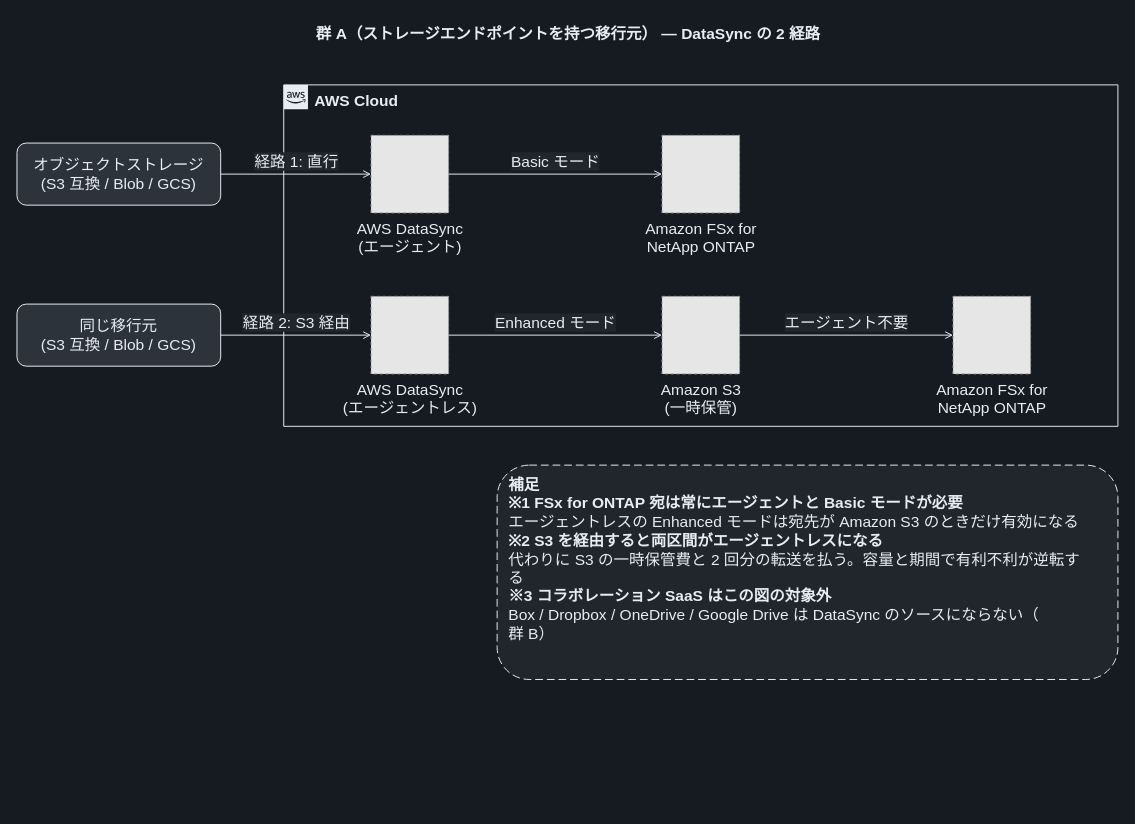
Yoshiki0705/FSx-for-ONTAP-S3AccessPoints-Serverless-Patterns keeps this draw.io diagram as docs/diagrams/dark/saas-migration-group-a-routes.drawio. Above is the earlier version. Source tidied: cells renumbered, new cells numbered last; positions are measured from the earlier drawing's top-left corner, leaving out a move shared by most shapes. Both pictures are drawn from the tidied source at 97%, with x=0, y=0 at pixel (16, 16). Pictures stored in the file or linked from it are replaced by grey dashed boxes.
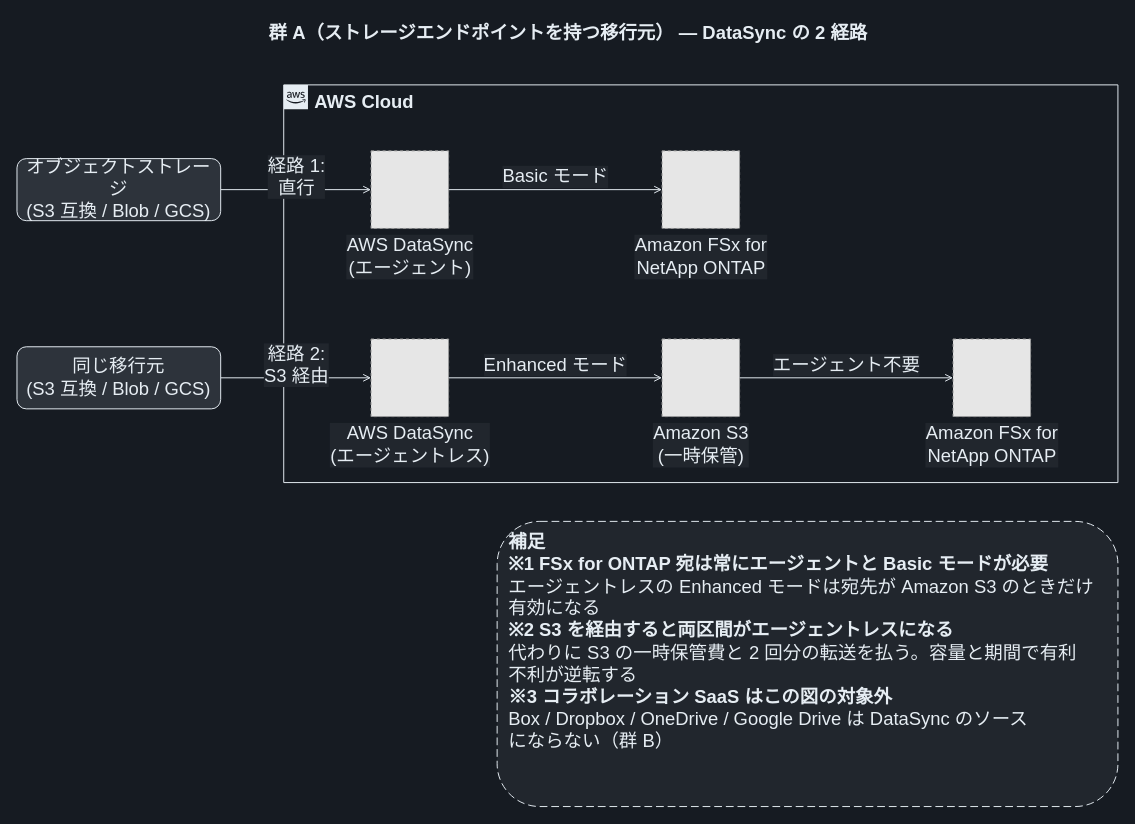
The same page after the edit.

The edit, as a diff of the source:
```diff
@@
-    <mxCell id="2" value="群 A（ストレージエンドポイントを持つ移行元） — DataSync の 2 経路" style="text;html=1;align=center;verticalAlign=middle;fontSize=16;fontStyle=1;fontColor=#E6EDF3;" parent="1" vertex="1">
+    <mxCell id="2" value="群 A（ストレージエンドポイントを持つ移行元） — DataSync の 2 経路" style="text;html=1;align=center;verticalAlign=middle;fontSize=19;fontStyle=1;fontColor=#E6EDF3;" parent="1" vertex="1">
       <mxGeometry width="1135" height="34" as="geometry" />
     </mxCell>
-    <mxCell id="3" value="AWS Cloud" style="gradientColor=none;html=1;whiteSpace=wrap;fontSize=16;fontStyle=1;shape=mxgraph.aws4.group;grIcon=mxgraph.aws4.group_aws_cloud_alt;strokeColor=#E6EDF3;fillColor=none;verticalAlign=top;align=left;spacingLeft=30;fontColor=#E6EDF3;dashed=0;" parent="1" vertex="1">
-      <mxGeometry x="275" y="70" width="860" height="352" as="geometry" />
+    <mxCell id="3" value="AWS Cloud" style="gradientColor=none;html=1;whiteSpace=wrap;fontSize=19;fontStyle=1;shape=mxgraph.aws4.group;grIcon=mxgraph.aws4.group_aws_cloud_alt;strokeColor=#E6EDF3;fillColor=none;verticalAlign=top;align=left;spacingLeft=30;fontColor=#E6EDF3;dashed=0;" parent="1" vertex="1">
+      <mxGeometry x="275" y="70" width="860" height="410" as="geometry" />
     </mxCell>
+    <mxCell id="11" value="経路 1:&lt;br&gt;直行" style="edgeStyle=orthogonalEdgeStyle;rounded=0;jettySize=auto;html=1;endArrow=open;endFill=0;strokeColor=#E6EDF3;strokeWidth=1;fontSize=19;fontColor=#E6EDF3;labelBackgroundColor=#21262D;" parent="1" edge="1" source="4" target="5">
+      <mxGeometry relative="1" as="geometry">
+        <mxPoint y="-13" as="offset" />
+      </mxGeometry>
+    </mxCell>
+    <mxCell id="12" value="Basic モード" style="edgeStyle=orthogonalEdgeStyle;rounded=0;jettySize=auto;html=1;endArrow=open;endFill=0;strokeColor=#E6EDF3;strokeWidth=1;fontSize=19;fontColor=#E6EDF3;labelBackgroundColor=#21262D;" parent="1" edge="1" source="5" target="6">
+      <mxGeometry relative="1" as="geometry">
+        <mxPoint y="-13" as="offset" />
+      </mxGeometry>
+    </mxCell>
+    <mxCell id="13" value="経路 2:&lt;br&gt;S3 経由" style="edgeStyle=orthogonalEdgeStyle;rounded=0;jettySize=auto;html=1;endArrow=open;endFill=0;strokeColor=#E6EDF3;strokeWidth=1;fontSize=19;fontColor=#E6EDF3;labelBackgroundColor=#21262D;" parent="1" edge="1" source="7" target="8">
+      <mxGeometry relative="1" as="geometry">
+        <mxPoint y="-13" as="offset" />
+      </mxGeometry>
+    </mxCell>
+    <mxCell id="14" value="Enhanced モード" style="edgeStyle=orthogonalEdgeStyle;rounded=0;jettySize=auto;html=1;endArrow=open;endFill=0;strokeColor=#E6EDF3;strokeWidth=1;fontSize=19;fontColor=#E6EDF3;labelBackgroundColor=#21262D;" parent="1" edge="1" source="8" target="9">
+      <mxGeometry relative="1" as="geometry">
+        <mxPoint y="-13" as="offset" />
+      </mxGeometry>
+    </mxCell>
+    <mxCell id="15" value="エージェント不要" style="edgeStyle=orthogonalEdgeStyle;rounded=0;jettySize=auto;html=1;endArrow=open;endFill=0;strokeColor=#E6EDF3;strokeWidth=1;fontSize=19;fontColor=#E6EDF3;labelBackgroundColor=#21262D;" parent="1" edge="1" source="9" target="10">
+      <mxGeometry relative="1" as="geometry">
+        <mxPoint y="-13" as="offset" />
+      </mxGeometry>
+    </mxCell>
-    <mxCell id="4" value="オブジェクトストレージ&lt;br&gt;(S3 互換 / Blob / GCS)" style="rounded=1;whiteSpace=wrap;html=1;dashed=0;strokeColor=#E6EDF3;fillColor=#2D333B;align=center;verticalAlign=middle;fontSize=16;fontColor=#E6EDF3;" parent="1" vertex="1">
-      <mxGeometry y="130" width="210" height="64" as="geometry" />
+    <mxCell id="4" value="オブジェクトストレージ&lt;br&gt;(S3 互換 / Blob / GCS)" style="rounded=1;whiteSpace=wrap;html=1;dashed=0;strokeColor=#E6EDF3;fillColor=#2D333B;align=center;verticalAlign=middle;fontSize=19;fontColor=#E6EDF3;" parent="1" vertex="1">
+      <mxGeometry y="146" width="210" height="64" as="geometry" />
     </mxCell>
-    <mxCell id="5" value="AWS DataSync&lt;br&gt;(エージェント)" style="fillColor=#E6E6E6;strokeColor=#999999;dashed=1;html=1;verticalLabelPosition=bottom;verticalAlign=top;labelPosition=center;align=center;fontSize=16;fontColor=#E6EDF3;" parent="1" vertex="1">
-      <mxGeometry x="365" y="122" width="80" height="80" as="geometry" />
+    <mxCell id="5" value="AWS DataSync&lt;br&gt;(エージェント)" style="fillColor=#E6E6E6;strokeColor=#999999;dashed=1;html=1;verticalLabelPosition=bottom;verticalAlign=top;labelPosition=center;align=center;fontSize=19;fontColor=#E6EDF3;labelBackgroundColor=#21262D;" parent="1" vertex="1">
+      <mxGeometry x="365" y="138" width="80" height="80" as="geometry" />
     </mxCell>
-    <mxCell id="6" value="Amazon FSx for&lt;br&gt;NetApp ONTAP" style="fillColor=#E6E6E6;strokeColor=#999999;dashed=1;html=1;verticalLabelPosition=bottom;verticalAlign=top;labelPosition=center;align=center;fontSize=16;fontColor=#E6EDF3;" parent="1" vertex="1">
-      <mxGeometry x="665" y="122" width="80" height="80" as="geometry" />
+    <mxCell id="6" value="Amazon FSx for&lt;br&gt;NetApp ONTAP" style="fillColor=#E6E6E6;strokeColor=#999999;dashed=1;html=1;verticalLabelPosition=bottom;verticalAlign=top;labelPosition=center;align=center;fontSize=19;fontColor=#E6EDF3;labelBackgroundColor=#21262D;" parent="1" vertex="1">
+      <mxGeometry x="665" y="138" width="80" height="80" as="geometry" />
     </mxCell>
-    <mxCell id="7" value="同じ移行元&lt;br&gt;(S3 互換 / Blob / GCS)" style="rounded=1;whiteSpace=wrap;html=1;dashed=0;strokeColor=#E6EDF3;fillColor=#2D333B;align=center;verticalAlign=middle;fontSize=16;fontColor=#E6EDF3;" parent="1" vertex="1">
-      <mxGeometry y="296" width="210" height="64" as="geometry" />
+    <mxCell id="7" value="同じ移行元&lt;br&gt;(S3 互換 / Blob / GCS)" style="rounded=1;whiteSpace=wrap;html=1;dashed=0;strokeColor=#E6EDF3;fillColor=#2D333B;align=center;verticalAlign=middle;fontSize=19;fontColor=#E6EDF3;" parent="1" vertex="1">
+      <mxGeometry y="340" width="210" height="64" as="geometry" />
     </mxCell>
-    <mxCell id="8" value="AWS DataSync&lt;br&gt;(エージェントレス)" style="fillColor=#E6E6E6;strokeColor=#999999;dashed=1;html=1;verticalLabelPosition=bottom;verticalAlign=top;labelPosition=center;align=center;fontSize=16;fontColor=#E6EDF3;" parent="1" vertex="1">
-      <mxGeometry x="365" y="288" width="80" height="80" as="geometry" />
+    <mxCell id="8" value="AWS DataSync&lt;br&gt;(エージェントレス)" style="fillColor=#E6E6E6;strokeColor=#999999;dashed=1;html=1;verticalLabelPosition=bottom;verticalAlign=top;labelPosition=center;align=center;fontSize=19;fontColor=#E6EDF3;labelBackgroundColor=#21262D;" parent="1" vertex="1">
+      <mxGeometry x="365" y="332" width="80" height="80" as="geometry" />
     </mxCell>
-    <mxCell id="9" value="Amazon S3&lt;br&gt;(一時保管)" style="fillColor=#E6E6E6;strokeColor=#999999;dashed=1;html=1;verticalLabelPosition=bottom;verticalAlign=top;labelPosition=center;align=center;fontSize=16;fontColor=#E6EDF3;" parent="1" vertex="1">
-      <mxGeometry x="665" y="288" width="80" height="80" as="geometry" />
+    <mxCell id="9" value="Amazon S3&lt;br&gt;(一時保管)" style="fillColor=#E6E6E6;strokeColor=#999999;dashed=1;html=1;verticalLabelPosition=bottom;verticalAlign=top;labelPosition=center;align=center;fontSize=19;fontColor=#E6EDF3;labelBackgroundColor=#21262D;" parent="1" vertex="1">
+      <mxGeometry x="665" y="332" width="80" height="80" as="geometry" />
     </mxCell>
-    <mxCell id="10" value="Amazon FSx for&lt;br&gt;NetApp ONTAP" style="fillColor=#E6E6E6;strokeColor=#999999;dashed=1;html=1;verticalLabelPosition=bottom;verticalAlign=top;labelPosition=center;align=center;fontSize=16;fontColor=#E6EDF3;" parent="1" vertex="1">
-      <mxGeometry x="965" y="288" width="80" height="80" as="geometry" />
+    <mxCell id="10" value="Amazon FSx for&lt;br&gt;NetApp ONTAP" style="fillColor=#E6E6E6;strokeColor=#999999;dashed=1;html=1;verticalLabelPosition=bottom;verticalAlign=top;labelPosition=center;align=center;fontSize=19;fontColor=#E6EDF3;labelBackgroundColor=#21262D;" parent="1" vertex="1">
+      <mxGeometry x="965" y="332" width="80" height="80" as="geometry" />
     </mxCell>
-    <mxCell id="11" value="経路 1: 直行" style="edgeStyle=orthogonalEdgeStyle;rounded=0;jettySize=auto;html=1;endArrow=open;endFill=0;strokeColor=#E6EDF3;strokeWidth=1;fontSize=16;fontColor=#E6EDF3;labelBackgroundColor=#21262D;" parent="1" edge="1" source="4" target="5">
-      <mxGeometry relative="1" as="geometry">
-        <mxPoint y="-13" as="offset" />
-      </mxGeometry>
-    </mxCell>
-    <mxCell id="12" value="Basic モード" style="edgeStyle=orthogonalEdgeStyle;rounded=0;jettySize=auto;html=1;endArrow=open;endFill=0;strokeColor=#E6EDF3;strokeWidth=1;fontSize=16;fontColor=#E6EDF3;labelBackgroundColor=#21262D;" parent="1" edge="1" source="5" target="6">
-      <mxGeometry relative="1" as="geometry">
-        <mxPoint y="-13" as="offset" />
-      </mxGeometry>
-    </mxCell>
-    <mxCell id="13" value="経路 2: S3 経由" style="edgeStyle=orthogonalEdgeStyle;rounded=0;jettySize=auto;html=1;endArrow=open;endFill=0;strokeColor=#E6EDF3;strokeWidth=1;fontSize=16;fontColor=#E6EDF3;labelBackgroundColor=#21262D;" parent="1" edge="1" source="7" target="8">
-      <mxGeometry relative="1" as="geometry">
-        <mxPoint y="-13" as="offset" />
-      </mxGeometry>
-    </mxCell>
-    <mxCell id="14" value="Enhanced モード" style="edgeStyle=orthogonalEdgeStyle;rounded=0;jettySize=auto;html=1;endArrow=open;endFill=0;strokeColor=#E6EDF3;strokeWidth=1;fontSize=16;fontColor=#E6EDF3;labelBackgroundColor=#21262D;" parent="1" edge="1" source="8" target="9">
-      <mxGeometry relative="1" as="geometry">
-        <mxPoint y="-13" as="offset" />
-      </mxGeometry>
-    </mxCell>
-    <mxCell id="15" value="エージェント不要" style="edgeStyle=orthogonalEdgeStyle;rounded=0;jettySize=auto;html=1;endArrow=open;endFill=0;strokeColor=#E6EDF3;strokeWidth=1;fontSize=16;fontColor=#E6EDF3;labelBackgroundColor=#21262D;" parent="1" edge="1" source="9" target="10">
-      <mxGeometry relative="1" as="geometry">
-        <mxPoint y="-13" as="offset" />
-      </mxGeometry>
-    </mxCell>
-    <mxCell id="16" value="&lt;b&gt;補足&lt;/b&gt;&lt;br&gt;&lt;b&gt;※1 FSx for ONTAP 宛は常にエージェントと Basic モードが必要&lt;/b&gt;&lt;br&gt;エージェントレスの Enhanced モードは宛先が Amazon S3 のときだけ有効になる&lt;br&gt;&lt;b&gt;※2 S3 を経由すると両区間がエージェントレスになる&lt;/b&gt;&lt;br&gt;代わりに S3 の一時保管費と 2 回分の転送を払う。容量と期間で有利不利が逆転す&lt;br&gt;る&lt;br&gt;&lt;b&gt;※3 コラボレーション SaaS はこの図の対象外&lt;/b&gt;&lt;br&gt;Box / Dropbox / OneDrive / Google Drive は DataSync のソースにならない（&lt;br&gt;群 B）" style="rounded=1;whiteSpace=wrap;html=1;dashed=1;dashPattern=8 4;strokeColor=#E6EDF3;fillColor=#21262D;align=left;verticalAlign=top;spacingLeft=10;spacingTop=4;fontSize=16;fontColor=#E6EDF3;" parent="1" vertex="1">
-      <mxGeometry x="495" y="462" width="640" height="221" as="geometry" />
+    <mxCell id="16" value="&lt;b&gt;補足&lt;/b&gt;&lt;br&gt;&lt;b&gt;※1 FSx for ONTAP 宛は常にエージェントと Basic モードが必要&lt;/b&gt;&lt;br&gt;エージェントレスの Enhanced モードは宛先が Amazon S3 のときだけ&lt;br&gt;有効になる&lt;br&gt;&lt;b&gt;※2 S3 を経由すると両区間がエージェントレスになる&lt;/b&gt;&lt;br&gt;代わりに S3 の一時保管費と 2 回分の転送を払う。容量と期間で有利&lt;br&gt;不利が逆転する&lt;br&gt;&lt;b&gt;※3 コラボレーション SaaS はこの図の対象外&lt;/b&gt;&lt;br&gt;Box / Dropbox / OneDrive / Google Drive は DataSync のソース&lt;br&gt;にならない（群 B）" style="rounded=1;whiteSpace=wrap;html=1;dashed=1;dashPattern=8 4;strokeColor=#E6EDF3;fillColor=#21262D;align=left;verticalAlign=top;spacingLeft=10;spacingTop=4;fontSize=19;fontColor=#E6EDF3;" parent="1" vertex="1">
+      <mxGeometry x="495" y="520" width="640" height="294" as="geometry" />
     </mxCell>
```
